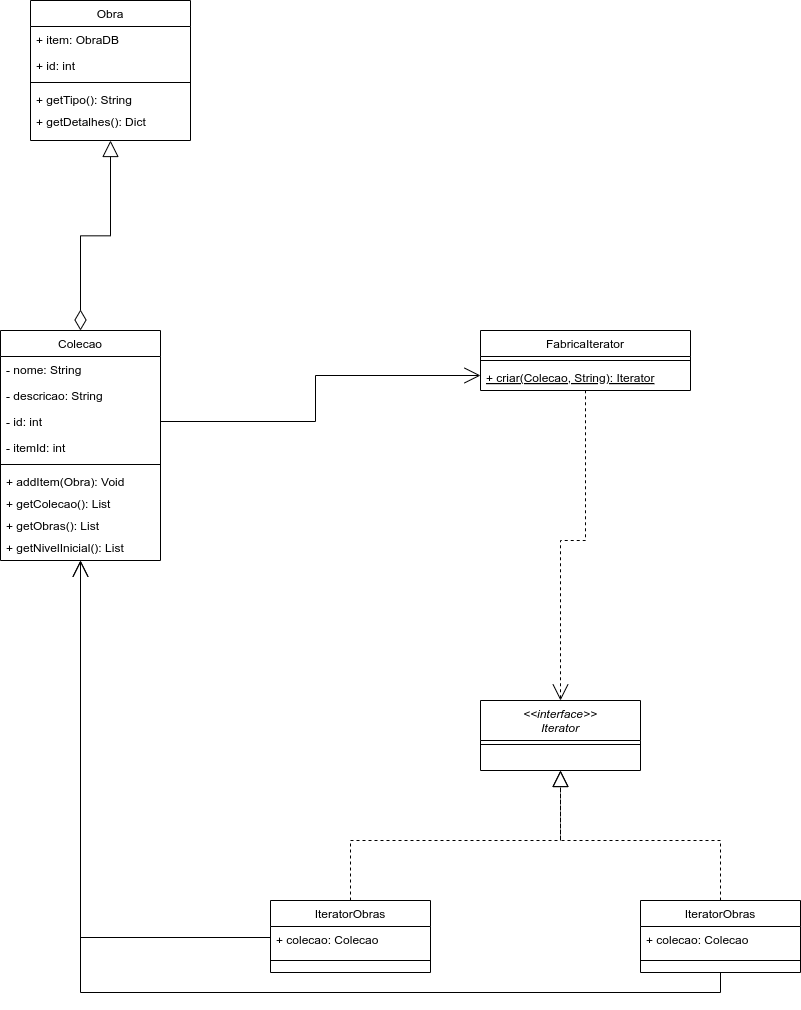
The draw.io diagram TRABALHO_OO.png in MarcosViniciusG/Trabalho-OO-2024.1-Turma03, before a commit. Source tidied: cells renumbered, new cells last; positions are measured from the earlier drawing's top-left corner, leaving out a move shared by most shapes. The source it was exported from:
```xml
<mxGraphModel>
  <root>
    <mxCell id="0" />
    <mxCell id="1" parent="0" />
    <mxCell id="2" value="Obra" style="swimlane;fontStyle=0;align=center;verticalAlign=top;horizontal=1;startSize=26;rounded=0;shadow=0;strokeWidth=1;fontColor=default;" parent="1" vertex="1">
      <mxGeometry x="30" width="160" height="140" as="geometry" />
    </mxCell>
    <mxCell id="3" value="+ item: ObraDB" style="text;align=left;verticalAlign=top;spacingLeft=4;spacingRight=4;overflow=hidden;" parent="2" vertex="1">
      <mxGeometry y="26" width="160" height="26" as="geometry" />
    </mxCell>
    <mxCell id="4" value="+ id: int" style="text;align=left;verticalAlign=top;spacingLeft=4;spacingRight=4;overflow=hidden;rounded=0;shadow=0;html=0;" parent="2" vertex="1">
      <mxGeometry y="52" width="160" height="26" as="geometry" />
    </mxCell>
    <mxCell id="5" style="line;html=1;strokeWidth=1;align=left;verticalAlign=middle;spacingTop=-1;spacingLeft=3;spacingRight=3;labelPosition=right;" parent="2" vertex="1">
      <mxGeometry y="78" width="160" height="8" as="geometry" />
    </mxCell>
    <mxCell id="6" value="+ getTipo(): String" style="text;align=left;verticalAlign=top;spacingLeft=4;spacingRight=4;overflow=hidden;" parent="2" vertex="1">
      <mxGeometry y="86" width="160" height="22" as="geometry" />
    </mxCell>
    <mxCell id="7" value="+ getDetalhes(): Dict" style="text;align=left;verticalAlign=top;spacingLeft=4;spacingRight=4;overflow=hidden;" parent="2" vertex="1">
      <mxGeometry y="108" width="160" height="28" as="geometry" />
    </mxCell>
    <mxCell id="8" style="endArrow=block;endSize=14;endFill=0;shadow=0;strokeWidth=1;rounded=0;curved=0;edgeStyle=elbowEdgeStyle;elbow=vertical;exitX=0.5;exitY=0;exitDx=0;exitDy=0;startArrow=diamondThin;startFill=0;startSize=18;" parent="1" edge="1" source="9" target="2">
      <mxGeometry relative="1" as="geometry" />
    </mxCell>
    <mxCell id="9" value="Colecao" style="swimlane;fontStyle=0;align=center;verticalAlign=top;horizontal=1;startSize=26;rounded=0;shadow=0;strokeWidth=1;fontColor=default;" parent="1" vertex="1">
      <mxGeometry y="330" width="160" height="230" as="geometry" />
    </mxCell>
    <mxCell id="10" value="- nome: String" style="text;align=left;verticalAlign=top;spacingLeft=4;spacingRight=4;overflow=hidden;" parent="9" vertex="1">
      <mxGeometry y="26" width="160" height="26" as="geometry" />
    </mxCell>
    <mxCell id="11" value="- descricao: String" style="text;align=left;verticalAlign=top;spacingLeft=4;spacingRight=4;overflow=hidden;rounded=0;shadow=0;html=0;" parent="9" vertex="1">
      <mxGeometry y="52" width="160" height="26" as="geometry" />
    </mxCell>
    <mxCell id="12" value="- id: int" style="text;align=left;verticalAlign=top;spacingLeft=4;spacingRight=4;overflow=hidden;points=[[0,0.5],[1,0.5]];portConstraint=eastwest;rounded=0;shadow=0;html=0;" parent="9" vertex="1">
      <mxGeometry y="78" width="160" height="26" as="geometry" />
    </mxCell>
    <mxCell id="13" value="- itemId: int" style="text;align=left;verticalAlign=top;spacingLeft=4;spacingRight=4;overflow=hidden;rounded=0;shadow=0;html=0;" parent="9" vertex="1">
      <mxGeometry y="104" width="160" height="26" as="geometry" />
    </mxCell>
    <mxCell id="14" style="line;html=1;strokeWidth=1;align=left;verticalAlign=middle;spacingTop=-1;spacingLeft=3;spacingRight=3;labelPosition=right;" parent="9" vertex="1">
      <mxGeometry y="130" width="160" height="8" as="geometry" />
    </mxCell>
    <mxCell id="15" value="+ addItem(Obra): Void" style="text;align=left;verticalAlign=top;spacingLeft=4;spacingRight=4;overflow=hidden;" parent="9" vertex="1">
      <mxGeometry y="138" width="160" height="22" as="geometry" />
    </mxCell>
    <mxCell id="16" value="+ getColecao(): List" style="text;align=left;verticalAlign=top;spacingLeft=4;spacingRight=4;overflow=hidden;" parent="9" vertex="1">
      <mxGeometry y="160" width="160" height="22" as="geometry" />
    </mxCell>
    <mxCell id="17" value="+ getObras(): List" style="text;align=left;verticalAlign=top;spacingLeft=4;spacingRight=4;overflow=hidden;" parent="9" vertex="1">
      <mxGeometry y="182" width="160" height="22" as="geometry" />
    </mxCell>
    <mxCell id="18" value="+ getNivelInicial(): List" style="text;align=left;verticalAlign=top;spacingLeft=4;spacingRight=4;overflow=hidden;" parent="9" vertex="1">
      <mxGeometry y="204" width="160" height="22" as="geometry" />
    </mxCell>
    <mxCell id="19" style="edgeStyle=orthogonalEdgeStyle;rounded=0;jettySize=auto;html=1;exitX=0.5;exitY=0;exitDx=0;exitDy=0;entryX=0.5;entryY=1;entryDx=0;entryDy=0;endArrow=none;endFill=0;startArrow=open;startFill=0;dashed=1;startSize=14;" parent="1" edge="1" source="20" target="31">
      <mxGeometry relative="1" as="geometry" />
    </mxCell>
    <mxCell id="20" value="&lt;&lt;interface&gt;&gt;&#10;Iterator" style="swimlane;fontStyle=2;align=center;verticalAlign=top;horizontal=1;startSize=40;rounded=0;shadow=0;strokeWidth=1;fontColor=default;" parent="1" vertex="1">
      <mxGeometry x="480" y="700" width="160" height="70" as="geometry" />
    </mxCell>
    <mxCell id="21" style="line;html=1;strokeWidth=1;align=left;verticalAlign=middle;spacingTop=-1;spacingLeft=3;spacingRight=3;labelPosition=right;" parent="20" vertex="1">
      <mxGeometry y="40" width="160" height="8" as="geometry" />
    </mxCell>
    <mxCell id="22" style="edgeStyle=orthogonalEdgeStyle;rounded=0;jettySize=auto;html=1;exitX=0.5;exitY=0;exitDx=0;exitDy=0;entryX=0.5;entryY=1;entryDx=0;entryDy=0;endArrow=block;endFill=0;dashed=1;endSize=14;" parent="1" edge="1" source="23" target="20">
      <mxGeometry relative="1" as="geometry" />
    </mxCell>
    <mxCell id="23" value="IteratorObras" style="swimlane;fontStyle=0;align=center;verticalAlign=top;horizontal=1;startSize=26;rounded=0;shadow=0;strokeWidth=1;fontColor=default;" parent="1" vertex="1">
      <mxGeometry x="270" y="900" width="160" height="72" as="geometry" />
    </mxCell>
    <mxCell id="24" value="+ colecao: Colecao" style="text;align=left;verticalAlign=top;spacingLeft=4;spacingRight=4;overflow=hidden;points=[[0,0.5],[1,0.5]];portConstraint=eastwest;" parent="23" vertex="1">
      <mxGeometry y="26" width="160" height="22" as="geometry" />
    </mxCell>
    <mxCell id="25" style="line;html=1;strokeWidth=1;align=left;verticalAlign=middle;spacingTop=-1;spacingLeft=3;spacingRight=3;labelPosition=right;" parent="23" vertex="1">
      <mxGeometry y="48" width="160" height="24" as="geometry" />
    </mxCell>
    <mxCell id="26" style="edgeStyle=orthogonalEdgeStyle;rounded=0;jettySize=auto;html=1;exitX=0.5;exitY=0;exitDx=0;exitDy=0;entryX=0.5;entryY=1;entryDx=0;entryDy=0;endArrow=block;endFill=0;endSize=14;dashed=1;" parent="1" edge="1" source="28" target="20">
      <mxGeometry relative="1" as="geometry" />
    </mxCell>
    <mxCell id="27" style="edgeStyle=orthogonalEdgeStyle;rounded=0;jettySize=auto;html=1;exitX=0.5;exitY=1;exitDx=0;exitDy=0;entryX=0.5;entryY=1;entryDx=0;entryDy=0;endArrow=open;endFill=0;startArrow=none;startFill=0;startSize=14;endSize=14;" parent="1" edge="1" source="28" target="9">
      <mxGeometry relative="1" as="geometry" />
    </mxCell>
    <mxCell id="28" value="IteratorObras" style="swimlane;fontStyle=0;align=center;verticalAlign=top;horizontal=1;startSize=26;rounded=0;shadow=0;strokeWidth=1;fontColor=default;" parent="1" vertex="1">
      <mxGeometry x="640" y="900" width="160" height="72" as="geometry" />
    </mxCell>
    <mxCell id="29" value="+ colecao: Colecao" style="text;align=left;verticalAlign=top;spacingLeft=4;spacingRight=4;overflow=hidden;" parent="28" vertex="1">
      <mxGeometry y="26" width="160" height="22" as="geometry" />
    </mxCell>
    <mxCell id="30" style="line;html=1;strokeWidth=1;align=left;verticalAlign=middle;spacingTop=-1;spacingLeft=3;spacingRight=3;labelPosition=right;" parent="28" vertex="1">
      <mxGeometry y="48" width="160" height="24" as="geometry" />
    </mxCell>
    <mxCell id="31" value="FabricaIterator" style="swimlane;fontStyle=0;align=center;verticalAlign=top;horizontal=1;startSize=26;rounded=0;shadow=0;strokeWidth=1;fontColor=default;" parent="1" vertex="1">
      <mxGeometry x="480" y="330" width="210" height="60" as="geometry" />
    </mxCell>
    <mxCell id="32" style="line;html=1;strokeWidth=1;align=left;verticalAlign=middle;spacingTop=-1;spacingLeft=3;spacingRight=3;labelPosition=right;" parent="31" vertex="1">
      <mxGeometry y="26" width="210" height="8" as="geometry" />
    </mxCell>
    <mxCell id="33" value="+ criar(Colecao, String): Iterator" style="text;align=left;verticalAlign=top;spacingLeft=4;spacingRight=4;overflow=hidden;fontStyle=4;" parent="31" vertex="1">
      <mxGeometry y="34" width="210" height="22" as="geometry" />
    </mxCell>
    <mxCell id="34" style="edgeStyle=orthogonalEdgeStyle;rounded=0;jettySize=auto;html=1;exitX=1;exitY=0.5;exitDx=0;exitDy=0;entryX=0;entryY=0.75;entryDx=0;entryDy=0;endSize=14;endArrow=open;endFill=0;" parent="1" edge="1" source="12" target="31">
      <mxGeometry relative="1" as="geometry" />
    </mxCell>
    <mxCell id="35" style="edgeStyle=orthogonalEdgeStyle;rounded=0;jettySize=auto;html=1;exitX=0;exitY=0.5;exitDx=0;exitDy=0;entryX=0.5;entryY=1;entryDx=0;entryDy=0;endSize=14;startSize=9;startArrow=none;startFill=0;endArrow=open;endFill=0;" parent="1" edge="1" source="24" target="9">
      <mxGeometry relative="1" as="geometry" />
    </mxCell>
  </root>
</mxGraphModel>
```
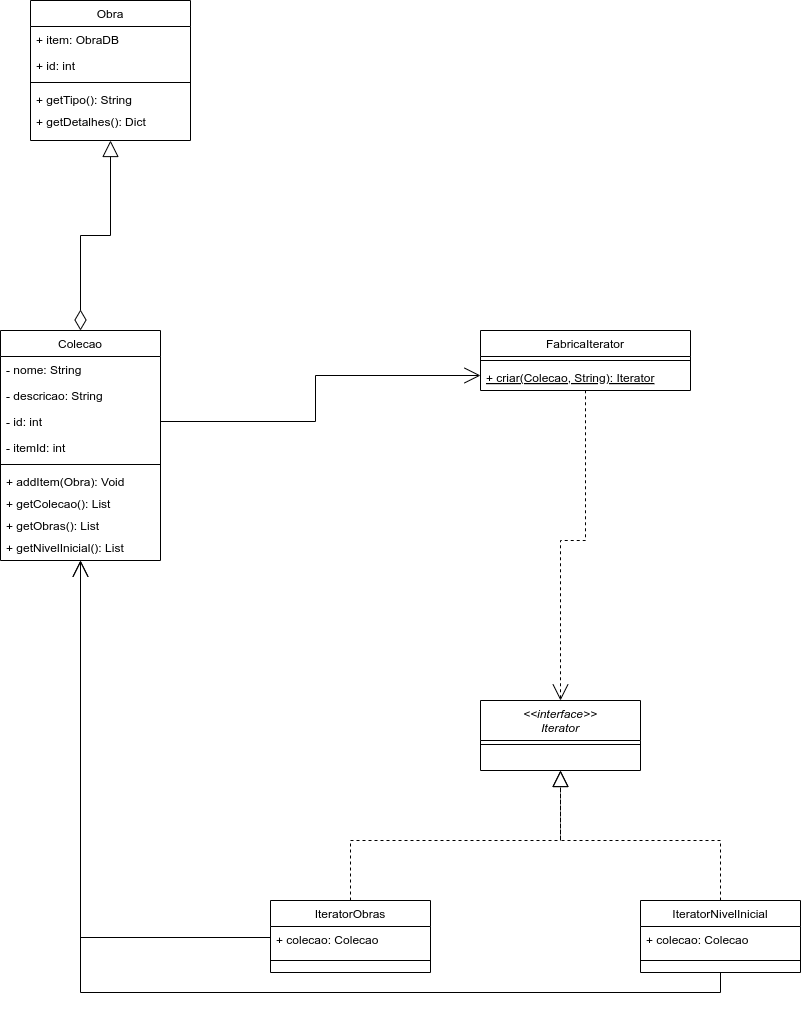
The same diagram one commit later.

Commit message:
corrigido diagrama

The edit, as a diff of the source:
```diff
@@ -80,7 +80,7 @@
     <mxCell id="27" style="edgeStyle=orthogonalEdgeStyle;rounded=0;jettySize=auto;html=1;exitX=0.5;exitY=1;exitDx=0;exitDy=0;entryX=0.5;entryY=1;entryDx=0;entryDy=0;endArrow=open;endFill=0;startArrow=none;startFill=0;startSize=14;endSize=14;" parent="1" edge="1" source="28" target="9">
       <mxGeometry relative="1" as="geometry" />
     </mxCell>
-    <mxCell id="28" value="IteratorObras" style="swimlane;fontStyle=0;align=center;verticalAlign=top;horizontal=1;startSize=26;rounded=0;shadow=0;strokeWidth=1;fontColor=default;" parent="1" vertex="1">
+    <mxCell id="28" value="IteratorNivelInicial" style="swimlane;fontStyle=0;align=center;verticalAlign=top;horizontal=1;startSize=26;rounded=0;shadow=0;strokeWidth=1;fontColor=default;" parent="1" vertex="1">
       <mxGeometry x="640" y="900" width="160" height="72" as="geometry" />
     </mxCell>
     <mxCell id="29" value="+ colecao: Colecao" style="text;align=left;verticalAlign=top;spacingLeft=4;spacingRight=4;overflow=hidden;" parent="28" vertex="1">
```
